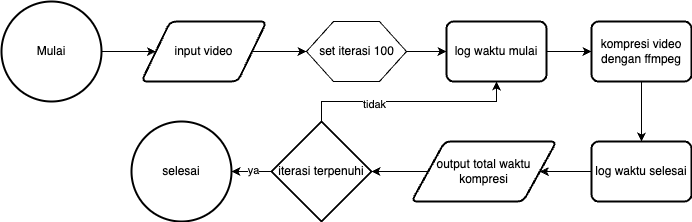
ariqpradipa/skripsi keeps this draw.io diagram as assets/pics/code-flowchart/flowchart_kompresi_video.png. Above is the earlier version. Source tidied: cells renumbered, new cells last; positions are measured from the earlier drawing's top-left corner, leaving out a move shared by most shapes.
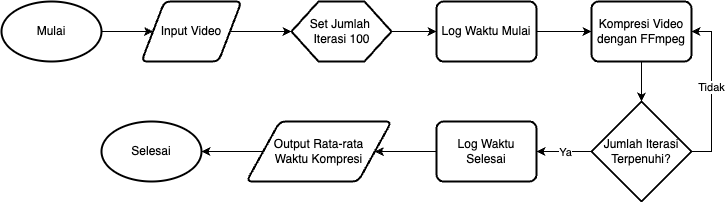
Later version of the same file.

What changed in the source:
```diff
@@ -2,71 +2,71 @@
   <root>
     <mxCell id="0" />
     <mxCell id="1" parent="0" />
-    <mxCell id="2" style="edgeStyle=orthogonalEdgeStyle;rounded=0;jettySize=auto;html=1;" parent="1" edge="1" source="3" target="5">
-      <mxGeometry relative="1" as="geometry" />
-    </mxCell>
+    <mxCell id="24" style="edgeStyle=orthogonalEdgeStyle;rounded=0;jettySize=auto;html=1;" parent="1" edge="1" source="3" target="26">
+      <mxGeometry relative="1" as="geometry" />
+    </mxCell>
-    <mxCell id="3" value="Mulai" style="strokeWidth=2;html=1;shape=mxgraph.flowchart.start_2;whiteSpace=wrap;" parent="1" vertex="1">
-      <mxGeometry width="100" height="100" as="geometry" />
+    <mxCell id="3" value="Mulai" style="strokeWidth=2;html=1;shape=mxgraph.flowchart.start_1;whiteSpace=wrap;" parent="1" vertex="1">
+      <mxGeometry width="100" height="60" as="geometry" />
     </mxCell>
-    <mxCell id="4" style="edgeStyle=orthogonalEdgeStyle;rounded=0;jettySize=auto;html=1;" parent="1" edge="1" source="5" target="10">
-      <mxGeometry relative="1" as="geometry" />
-    </mxCell>
-    <mxCell id="5" value="input video" style="shape=parallelogram;html=1;strokeWidth=2;perimeter=parallelogramPerimeter;whiteSpace=wrap;rounded=1;arcSize=12;size=0.23;" parent="1" vertex="1">
-      <mxGeometry x="140" y="20" width="125" height="60" as="geometry" />
-    </mxCell>
-    <mxCell id="6" style="edgeStyle=orthogonalEdgeStyle;rounded=0;jettySize=auto;html=1;" parent="1" edge="1" source="7" target="12">
-      <mxGeometry relative="1" as="geometry" />
-    </mxCell>
-    <mxCell id="7" value="log waktu mulai" style="rounded=1;whiteSpace=wrap;html=1;absoluteArcSize=1;arcSize=14;strokeWidth=2;" parent="1" vertex="1">
-      <mxGeometry x="445" y="20" width="100" height="60" as="geometry" />
-    </mxCell>
-    <mxCell id="8" style="group;" parent="1" vertex="1">
-      <mxGeometry x="300" y="20" width="115" height="60" as="geometry" />
-    </mxCell>
-    <mxCell id="9" style="verticalLabelPosition=bottom;verticalAlign=top;html=1;shape=hexagon;perimeter=hexagonPerimeter2;arcSize=6;size=0.27;align=center;" parent="8" vertex="1">
-      <mxGeometry x="5" width="100" height="60" as="geometry" />
-    </mxCell>
-    <mxCell id="10" value="set iterasi 100" style="text;html=1;align=center;verticalAlign=middle;points=[];strokeColor=none;fillColor=none;" parent="8" vertex="1">
-      <mxGeometry x="5" y="15" width="100" height="30" as="geometry" />
-    </mxCell>
-    <mxCell id="11" style="edgeStyle=orthogonalEdgeStyle;rounded=0;jettySize=auto;html=1;" parent="1" edge="1" source="12" target="14">
-      <mxGeometry relative="1" as="geometry" />
-    </mxCell>
-    <mxCell id="12" value="kompresi video dengan ffmpeg" style="rounded=1;whiteSpace=wrap;html=1;absoluteArcSize=1;arcSize=14;strokeWidth=2;" parent="1" vertex="1">
-      <mxGeometry x="590" y="20" width="100" height="60" as="geometry" />
-    </mxCell>
-    <mxCell id="13" style="edgeStyle=orthogonalEdgeStyle;rounded=0;jettySize=auto;html=1;" parent="1" edge="1" source="14" target="16">
-      <mxGeometry relative="1" as="geometry" />
-    </mxCell>
-    <mxCell id="14" value="log waktu selesai" style="rounded=1;whiteSpace=wrap;html=1;absoluteArcSize=1;arcSize=14;strokeWidth=2;" parent="1" vertex="1">
-      <mxGeometry x="590" y="140" width="100" height="60" as="geometry" />
-    </mxCell>
-    <mxCell id="15" style="edgeStyle=orthogonalEdgeStyle;rounded=0;jettySize=auto;html=1;" parent="1" edge="1" source="16" target="21">
-      <mxGeometry relative="1" as="geometry" />
-    </mxCell>
-    <mxCell id="16" value="output total waktu kompresi" style="shape=parallelogram;html=1;strokeWidth=2;perimeter=parallelogramPerimeter;whiteSpace=wrap;rounded=1;arcSize=12;size=0.23;" parent="1" vertex="1">
-      <mxGeometry x="410" y="140" width="145" height="60" as="geometry" />
-    </mxCell>
-    <mxCell id="17" style="edgeStyle=orthogonalEdgeStyle;rounded=0;jettySize=auto;html=1;" parent="1" edge="1" source="21" target="22">
-      <mxGeometry relative="1" as="geometry" />
-    </mxCell>
-    <mxCell id="18" value="ya" style="edgeLabel;html=1;align=center;verticalAlign=middle;" parent="17" vertex="1">
-      <mxGeometry x="-0.04" y="-2" relative="1" as="geometry" />
-    </mxCell>
-    <mxCell id="19" style="edgeStyle=orthogonalEdgeStyle;rounded=0;jettySize=auto;html=1;exitX=0.5;exitY=0;exitDx=0;exitDy=0;exitPerimeter=0;entryX=0.5;entryY=1;entryDx=0;entryDy=0;" parent="1" edge="1" source="21" target="7">
-      <mxGeometry relative="1" as="geometry" />
-    </mxCell>
-    <mxCell id="20" value="tidak" style="edgeLabel;html=1;align=center;verticalAlign=middle;" parent="19" vertex="1">
-      <mxGeometry x="-0.33" y="-2" relative="1" as="geometry" />
-    </mxCell>
-    <mxCell id="21" value="iterasi terpenuhi" style="strokeWidth=2;html=1;shape=mxgraph.flowchart.decision;whiteSpace=wrap;" parent="1" vertex="1">
-      <mxGeometry x="270" y="120" width="100" height="100" as="geometry" />
-    </mxCell>
-    <mxCell id="22" value="selesai" style="strokeWidth=2;html=1;shape=mxgraph.flowchart.start_2;whiteSpace=wrap;" parent="1" vertex="1">
-      <mxGeometry x="130" y="120" width="100" height="100" as="geometry" />
-    </mxCell>
-    <mxCell id="23" style="edgeStyle=orthogonalEdgeStyle;rounded=0;jettySize=auto;html=1;" parent="1" edge="1" source="9" target="7">
-      <mxGeometry relative="1" as="geometry" />
-    </mxCell>
+    <mxCell id="25" style="edgeStyle=orthogonalEdgeStyle;rounded=0;jettySize=auto;html=1;exitX=1;exitY=0.5;exitDx=0;exitDy=0;entryX=0;entryY=0.5;entryDx=0;entryDy=0;" parent="1" edge="1" source="26" target="28">
+      <mxGeometry relative="1" as="geometry" />
+    </mxCell>
+    <mxCell id="26" value="Input Video" style="shape=parallelogram;html=1;strokeWidth=2;perimeter=parallelogramPerimeter;whiteSpace=wrap;rounded=1;arcSize=12;size=0.23;" parent="1" vertex="1">
+      <mxGeometry x="140" width="100" height="60" as="geometry" />
+    </mxCell>
+    <mxCell id="27" style="group;" parent="1" vertex="1">
+      <mxGeometry x="290" width="100" height="60" as="geometry" />
+    </mxCell>
+    <mxCell id="28" style="verticalLabelPosition=bottom;verticalAlign=top;html=1;shape=hexagon;perimeter=hexagonPerimeter2;arcSize=6;size=0.27;strokeWidth=2;" parent="27" vertex="1">
+      <mxGeometry width="100" height="60" as="geometry" />
+    </mxCell>
+    <mxCell id="29" value="Set Jumlah&amp;nbsp;&lt;div&gt;Iterasi 100&lt;/div&gt;" style="text;html=1;align=center;verticalAlign=middle;strokeColor=none;fillColor=none;" parent="27" vertex="1">
+      <mxGeometry x="5" y="10" width="90" height="40" as="geometry" />
+    </mxCell>
+    <mxCell id="30" style="edgeStyle=orthogonalEdgeStyle;rounded=0;jettySize=auto;html=1;" parent="1" edge="1" source="31" target="36">
+      <mxGeometry relative="1" as="geometry" />
+    </mxCell>
+    <mxCell id="31" value="Kompresi Video dengan FFmpeg" style="rounded=1;whiteSpace=wrap;html=1;absoluteArcSize=1;arcSize=14;strokeWidth=2;" parent="1" vertex="1">
+      <mxGeometry x="590" width="100" height="60" as="geometry" />
+    </mxCell>
+    <mxCell id="32" style="edgeStyle=orthogonalEdgeStyle;rounded=0;jettySize=auto;html=1;" parent="1" edge="1" source="36" target="38">
+      <mxGeometry relative="1" as="geometry" />
+    </mxCell>
+    <mxCell id="33" value="Ya" style="edgeLabel;html=1;align=center;verticalAlign=middle;" parent="32" vertex="1">
+      <mxGeometry x="-0.04" y="1" relative="1" as="geometry" />
+    </mxCell>
+    <mxCell id="34" style="edgeStyle=orthogonalEdgeStyle;rounded=0;jettySize=auto;html=1;exitX=1;exitY=0.5;exitDx=0;exitDy=0;exitPerimeter=0;entryX=1;entryY=0.5;entryDx=0;entryDy=0;" parent="1" edge="1" source="36" target="31">
+      <mxGeometry relative="1" as="geometry" />
+    </mxCell>
+    <mxCell id="35" value="Tidak" style="edgeLabel;html=1;align=center;verticalAlign=middle;" parent="34" vertex="1">
+      <mxGeometry x="0.05" relative="1" as="geometry" />
+    </mxCell>
+    <mxCell id="36" value="Jumlah Iterasi&lt;div&gt;Terpenuhi?&lt;/div&gt;" style="strokeWidth=2;html=1;shape=mxgraph.flowchart.decision;whiteSpace=wrap;" parent="1" vertex="1">
+      <mxGeometry x="590" y="100" width="100" height="100" as="geometry" />
+    </mxCell>
+    <mxCell id="37" style="edgeStyle=orthogonalEdgeStyle;rounded=0;jettySize=auto;html=1;" parent="1" edge="1" source="38" target="40">
+      <mxGeometry relative="1" as="geometry" />
+    </mxCell>
+    <mxCell id="38" value="Log Waktu Selesai" style="rounded=1;whiteSpace=wrap;html=1;absoluteArcSize=1;arcSize=14;strokeWidth=2;" parent="1" vertex="1">
+      <mxGeometry x="435" y="120" width="100" height="60" as="geometry" />
+    </mxCell>
+    <mxCell id="39" style="edgeStyle=orthogonalEdgeStyle;rounded=0;jettySize=auto;html=1;" parent="1" edge="1" source="40" target="41">
+      <mxGeometry relative="1" as="geometry" />
+    </mxCell>
+    <mxCell id="40" value="Output Rata-rata&lt;div&gt;Waktu Kompresi&lt;/div&gt;" style="shape=parallelogram;html=1;strokeWidth=2;perimeter=parallelogramPerimeter;whiteSpace=wrap;rounded=1;arcSize=12;size=0.23;" parent="1" vertex="1">
+      <mxGeometry x="245" y="120" width="145" height="60" as="geometry" />
+    </mxCell>
+    <mxCell id="41" value="Selesai" style="strokeWidth=2;html=1;shape=mxgraph.flowchart.start_1;whiteSpace=wrap;" parent="1" vertex="1">
+      <mxGeometry x="100" y="120" width="100" height="60" as="geometry" />
+    </mxCell>
+    <mxCell id="42" style="edgeStyle=orthogonalEdgeStyle;rounded=0;jettySize=auto;html=1;exitX=1;exitY=0.5;exitDx=0;exitDy=0;entryX=0;entryY=0.5;entryDx=0;entryDy=0;" parent="1" edge="1" source="43" target="31">
+      <mxGeometry relative="1" as="geometry" />
+    </mxCell>
+    <mxCell id="43" value="Log Waktu Mulai" style="rounded=1;whiteSpace=wrap;html=1;absoluteArcSize=1;arcSize=14;strokeWidth=2;" parent="1" vertex="1">
+      <mxGeometry x="435" width="100" height="60" as="geometry" />
+    </mxCell>
+    <mxCell id="44" style="edgeStyle=orthogonalEdgeStyle;rounded=0;jettySize=auto;html=1;exitX=1;exitY=0.5;exitDx=0;exitDy=0;entryX=0;entryY=0.5;entryDx=0;entryDy=0;" parent="1" edge="1" source="28" target="43">
+      <mxGeometry relative="1" as="geometry" />
+    </mxCell>
   </root>
 </mxGraphModel>
```
